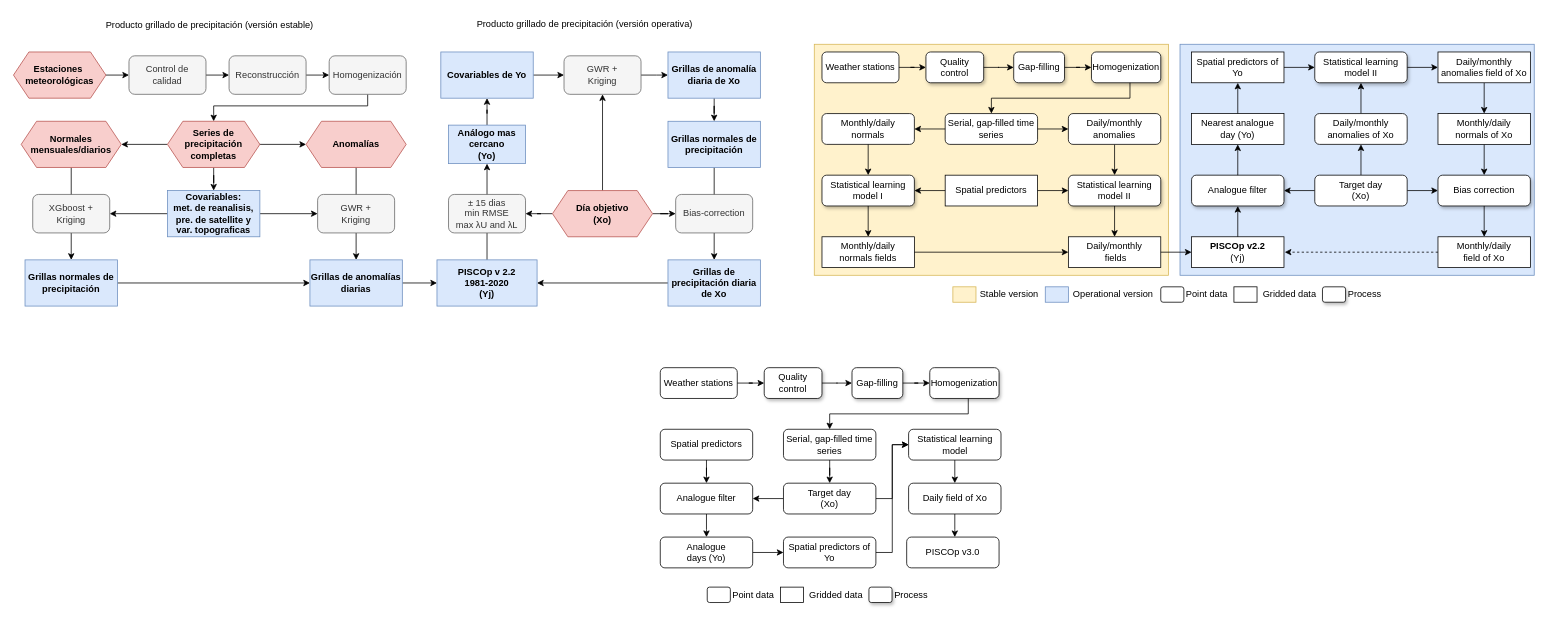
adrHuerta/diagrams keeps this draw.io diagram as PISCOp_update.drawio. Above is the earlier version. Source tidied: cells renumbered, new cells numbered last; positions are measured from the earlier drawing's top-left corner, leaving out a move shared by most shapes. Both pictures are drawn from the tidied source at 77%, with x=0, y=0 at pixel (13, 13).
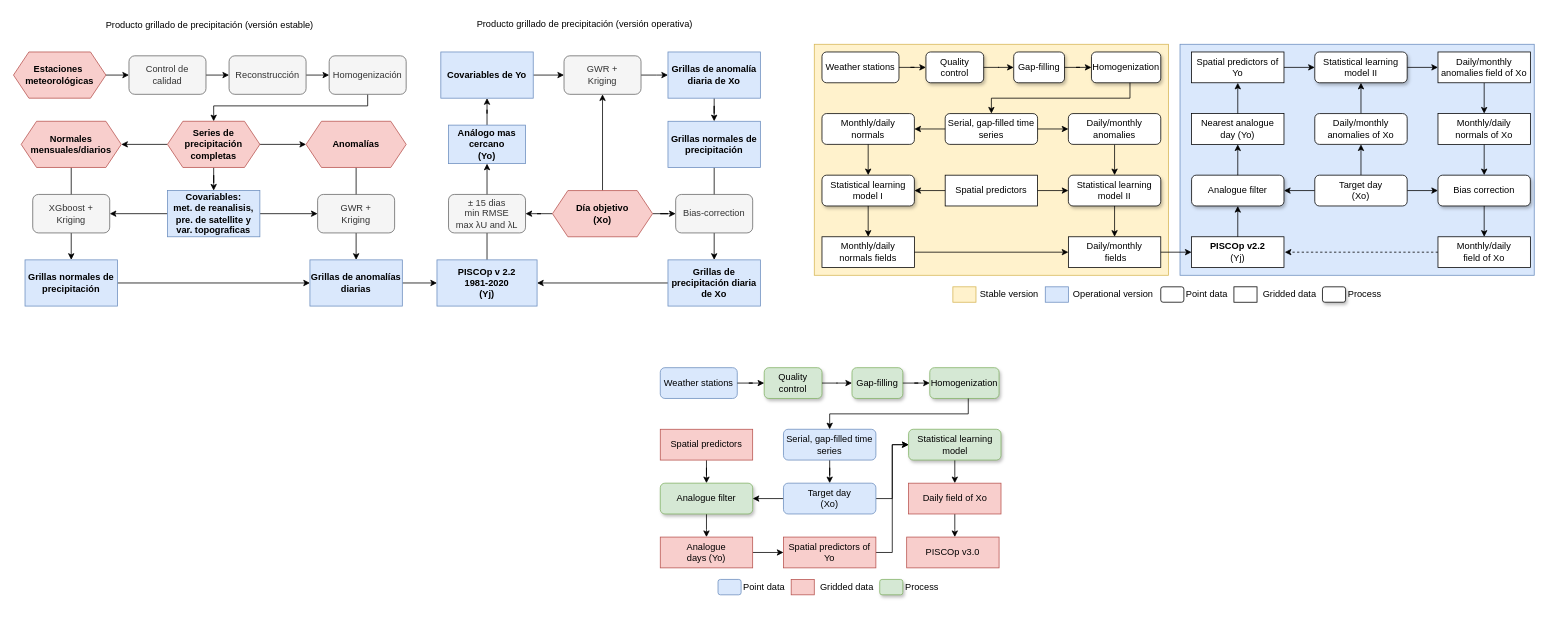
The same diagram, later.

The edit, as a diff of the source:
```diff
@@
-    <mxCell id="111" value="Weather stations" style="rounded=1;whiteSpace=wrap;html=1;strokeWidth=1;" parent="1" vertex="1">
+    <mxCell id="111" value="Weather stations" style="rounded=1;whiteSpace=wrap;html=1;strokeWidth=1;fillColor=#dae8fc;strokeColor=#6c8ebf;" parent="1" vertex="1">
       <mxGeometry x="840" y="460" width="100" height="40" as="geometry" />
     </mxCell>
-    <mxCell id="112" value="Quality &lt;br&gt;control" style="rounded=1;whiteSpace=wrap;html=1;glass=0;sketch=0;shadow=1;strokeWidth=1;" parent="1" vertex="1">
+    <mxCell id="112" value="Quality &lt;br&gt;control" style="rounded=1;whiteSpace=wrap;html=1;glass=0;sketch=0;shadow=1;strokeWidth=1;fillColor=#d5e8d4;strokeColor=#82b366;" parent="1" vertex="1">
       <mxGeometry x="975" y="460" width="75" height="40" as="geometry" />
     </mxCell>
@@
-    <mxCell id="114" value="Gap-filling" style="rounded=1;whiteSpace=wrap;html=1;glass=0;sketch=0;shadow=1;strokeWidth=1;" parent="1" vertex="1">
+    <mxCell id="114" value="Gap-filling" style="rounded=1;whiteSpace=wrap;html=1;glass=0;sketch=0;shadow=1;strokeWidth=1;fillColor=#d5e8d4;strokeColor=#82b366;" parent="1" vertex="1">
       <mxGeometry x="1089" y="460" width="66" height="40" as="geometry" />
     </mxCell>
@@
-    <mxCell id="116" value="Homogenization" style="rounded=1;whiteSpace=wrap;html=1;glass=0;sketch=0;shadow=1;strokeWidth=1;" parent="1" vertex="1">
+    <mxCell id="116" value="Homogenization" style="rounded=1;whiteSpace=wrap;html=1;glass=0;sketch=0;shadow=1;strokeWidth=1;fillColor=#d5e8d4;strokeColor=#82b366;" parent="1" vertex="1">
       <mxGeometry x="1190" y="460" width="90" height="40" as="geometry" />
     </mxCell>
@@
-    <mxCell id="119" value="Serial, gap-filled time series" style="rounded=1;whiteSpace=wrap;html=1;strokeWidth=1;" parent="1" vertex="1">
+    <mxCell id="119" value="Serial, gap-filled time series" style="rounded=1;whiteSpace=wrap;html=1;strokeWidth=1;fillColor=#dae8fc;strokeColor=#6c8ebf;" parent="1" vertex="1">
       <mxGeometry x="1000" y="540" width="120" height="40" as="geometry" />
     </mxCell>
@@
-    <mxCell id="122" value="Spatial predictors" style="rounded=1;whiteSpace=wrap;html=1;strokeWidth=1;" parent="1" vertex="1">
+    <mxCell id="122" value="Spatial predictors" style="rounded=0;whiteSpace=wrap;html=1;strokeWidth=1;fillColor=#f8cecc;strokeColor=#b85450;" parent="1" vertex="1">
       <mxGeometry x="840" y="540" width="120" height="40" as="geometry" />
     </mxCell>
@@
-    <mxCell id="124" value="Statistical learning model" style="rounded=1;whiteSpace=wrap;html=1;strokeWidth=1;" parent="1" vertex="1">
+    <mxCell id="124" value="Statistical learning model" style="rounded=1;whiteSpace=wrap;html=1;strokeWidth=1;shadow=1;fillColor=#d5e8d4;strokeColor=#82b366;" parent="1" vertex="1">
       <mxGeometry x="1162.5" y="540" width="120" height="40" as="geometry" />
     </mxCell>
@@
-    <mxCell id="126" value="Analogue filter" style="rounded=1;whiteSpace=wrap;html=1;strokeWidth=1;" parent="1" vertex="1">
+    <mxCell id="126" value="Analogue filter" style="rounded=1;whiteSpace=wrap;html=1;strokeWidth=1;shadow=1;fillColor=#d5e8d4;strokeColor=#82b366;" parent="1" vertex="1">
       <mxGeometry x="840" y="610" width="120" height="40" as="geometry" />
     </mxCell>
@@
-    <mxCell id="129" value="Target day&lt;br style=&quot;border-color: var(--border-color);&quot;&gt;(Xo)" style="rounded=1;whiteSpace=wrap;html=1;strokeWidth=1;" parent="1" vertex="1">
+    <mxCell id="129" value="Target day&lt;br style=&quot;border-color: var(--border-color);&quot;&gt;(Xo)" style="rounded=1;whiteSpace=wrap;html=1;strokeWidth=1;fillColor=#dae8fc;strokeColor=#6c8ebf;" parent="1" vertex="1">
       <mxGeometry x="1000" y="610" width="120" height="40" as="geometry" />
     </mxCell>
@@
-    <mxCell id="131" value="Analogue&lt;br style=&quot;border-color: var(--border-color);&quot;&gt;days (Yo)" style="rounded=1;whiteSpace=wrap;html=1;strokeWidth=1;" parent="1" vertex="1">
+    <mxCell id="131" value="Analogue&lt;br style=&quot;border-color: var(--border-color);&quot;&gt;days (Yo)" style="rounded=0;whiteSpace=wrap;html=1;strokeWidth=1;fillColor=#f8cecc;strokeColor=#b85450;" parent="1" vertex="1">
       <mxGeometry x="840" y="680" width="120" height="40" as="geometry" />
     </mxCell>
@@
-    <mxCell id="133" value="Spatial predictors of Yo" style="rounded=1;whiteSpace=wrap;html=1;strokeWidth=1;" parent="1" vertex="1">
+    <mxCell id="133" value="Spatial predictors of Yo" style="rounded=0;whiteSpace=wrap;html=1;strokeWidth=1;fillColor=#f8cecc;strokeColor=#b85450;" parent="1" vertex="1">
       <mxGeometry x="1000" y="680" width="120" height="40" as="geometry" />
     </mxCell>
@@
-    <mxCell id="135" value="Daily field of Xo" style="rounded=1;whiteSpace=wrap;html=1;strokeWidth=1;" parent="1" vertex="1">
+    <mxCell id="135" value="Daily field of Xo" style="rounded=0;whiteSpace=wrap;html=1;strokeWidth=1;fillColor=#f8cecc;strokeColor=#b85450;" parent="1" vertex="1">
       <mxGeometry x="1162.5" y="610" width="120" height="40" as="geometry" />
     </mxCell>
-    <mxCell id="136" value="PISCOp v3.0" style="rounded=1;whiteSpace=wrap;html=1;strokeWidth=1;" parent="1" vertex="1">
+    <mxCell id="136" value="PISCOp v3.0" style="rounded=0;whiteSpace=wrap;html=1;strokeWidth=1;fillColor=#f8cecc;strokeColor=#b85450;" parent="1" vertex="1">
       <mxGeometry x="1160" y="680" width="120" height="40" as="geometry" />
     </mxCell>
-    <mxCell id="137" style="rounded=0;whiteSpace=wrap;html=1;shadow=0;glass=0;sketch=0;fillColor=default;" parent="1" vertex="1">
-      <mxGeometry x="996" y="745" width="30" height="20" as="geometry" />
+    <mxCell id="137" style="rounded=0;whiteSpace=wrap;html=1;shadow=0;glass=0;sketch=0;fillColor=#f8cecc;strokeColor=#b85450;" parent="1" vertex="1">
+      <mxGeometry x="1010" y="735" width="30" height="20" as="geometry" />
     </mxCell>
-    <mxCell id="138" style="rounded=1;whiteSpace=wrap;html=1;shadow=1;glass=0;sketch=0;fillColor=default;" parent="1" vertex="1">
-      <mxGeometry x="1111" y="745" width="30" height="20" as="geometry" />
+    <mxCell id="138" style="rounded=1;whiteSpace=wrap;html=1;shadow=1;glass=0;sketch=0;fillColor=#d5e8d4;strokeColor=#82b366;" parent="1" vertex="1">
+      <mxGeometry x="1125" y="735" width="30" height="20" as="geometry" />
     </mxCell>
-    <mxCell id="139" style="rounded=1;whiteSpace=wrap;html=1;shadow=0;glass=0;sketch=0;fillColor=default;" parent="1" vertex="1">
-      <mxGeometry x="901" y="745" width="30" height="20" as="geometry" />
+    <mxCell id="139" style="rounded=1;whiteSpace=wrap;html=1;shadow=0;glass=0;sketch=0;fillColor=#dae8fc;strokeColor=#6c8ebf;" parent="1" vertex="1">
+      <mxGeometry x="915" y="735" width="30" height="20" as="geometry" />
     </mxCell>
     <mxCell id="140" value="Point data" style="text;html=1;strokeColor=none;fillColor=none;align=center;verticalAlign=middle;whiteSpace=wrap;rounded=0;shadow=0;glass=0;sketch=0;strokeWidth=1;" parent="1" vertex="1">
-      <mxGeometry x="931" y="740" width="60" height="30" as="geometry" />
+      <mxGeometry x="945" y="730" width="60" height="30" as="geometry" />
     </mxCell>
     <mxCell id="141" value="Gridded data" style="text;html=1;strokeColor=none;fillColor=none;align=center;verticalAlign=middle;whiteSpace=wrap;rounded=0;shadow=0;glass=0;sketch=0;strokeWidth=1;" parent="1" vertex="1">
-      <mxGeometry x="1031" y="740" width="75" height="30" as="geometry" />
+      <mxGeometry x="1045" y="730" width="75" height="30" as="geometry" />
     </mxCell>
     <mxCell id="142" value="Process" style="text;html=1;strokeColor=none;fillColor=none;align=center;verticalAlign=middle;whiteSpace=wrap;rounded=0;shadow=0;glass=0;sketch=0;strokeWidth=1;" parent="1" vertex="1">
-      <mxGeometry x="1141" y="740" width="50" height="30" as="geometry" />
+      <mxGeometry x="1155" y="730" width="50" height="30" as="geometry" />
     </mxCell>
```
